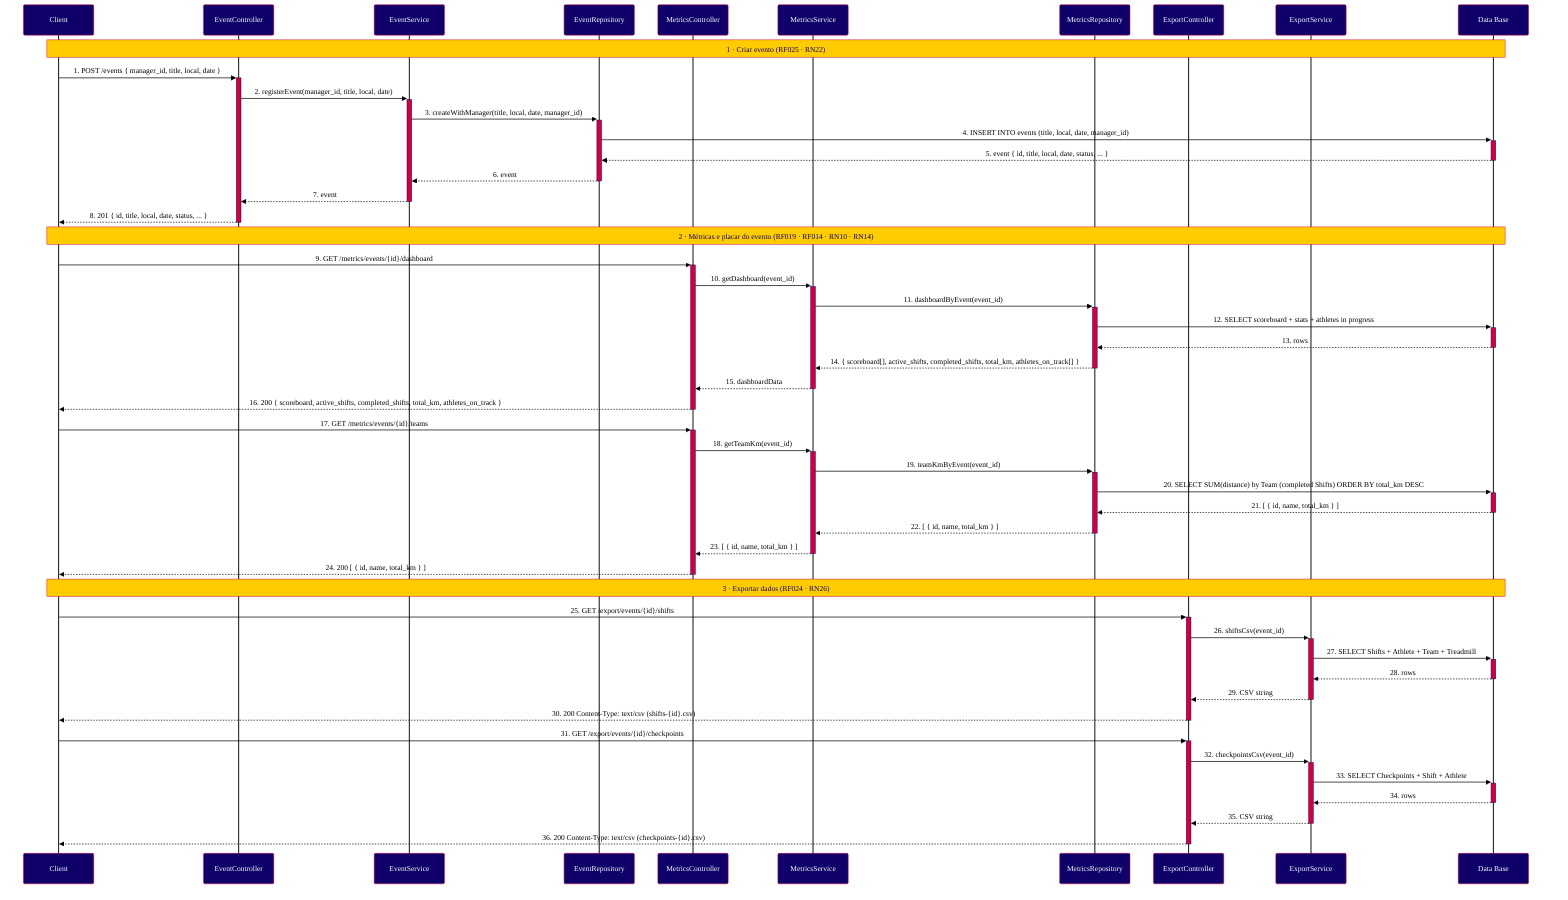
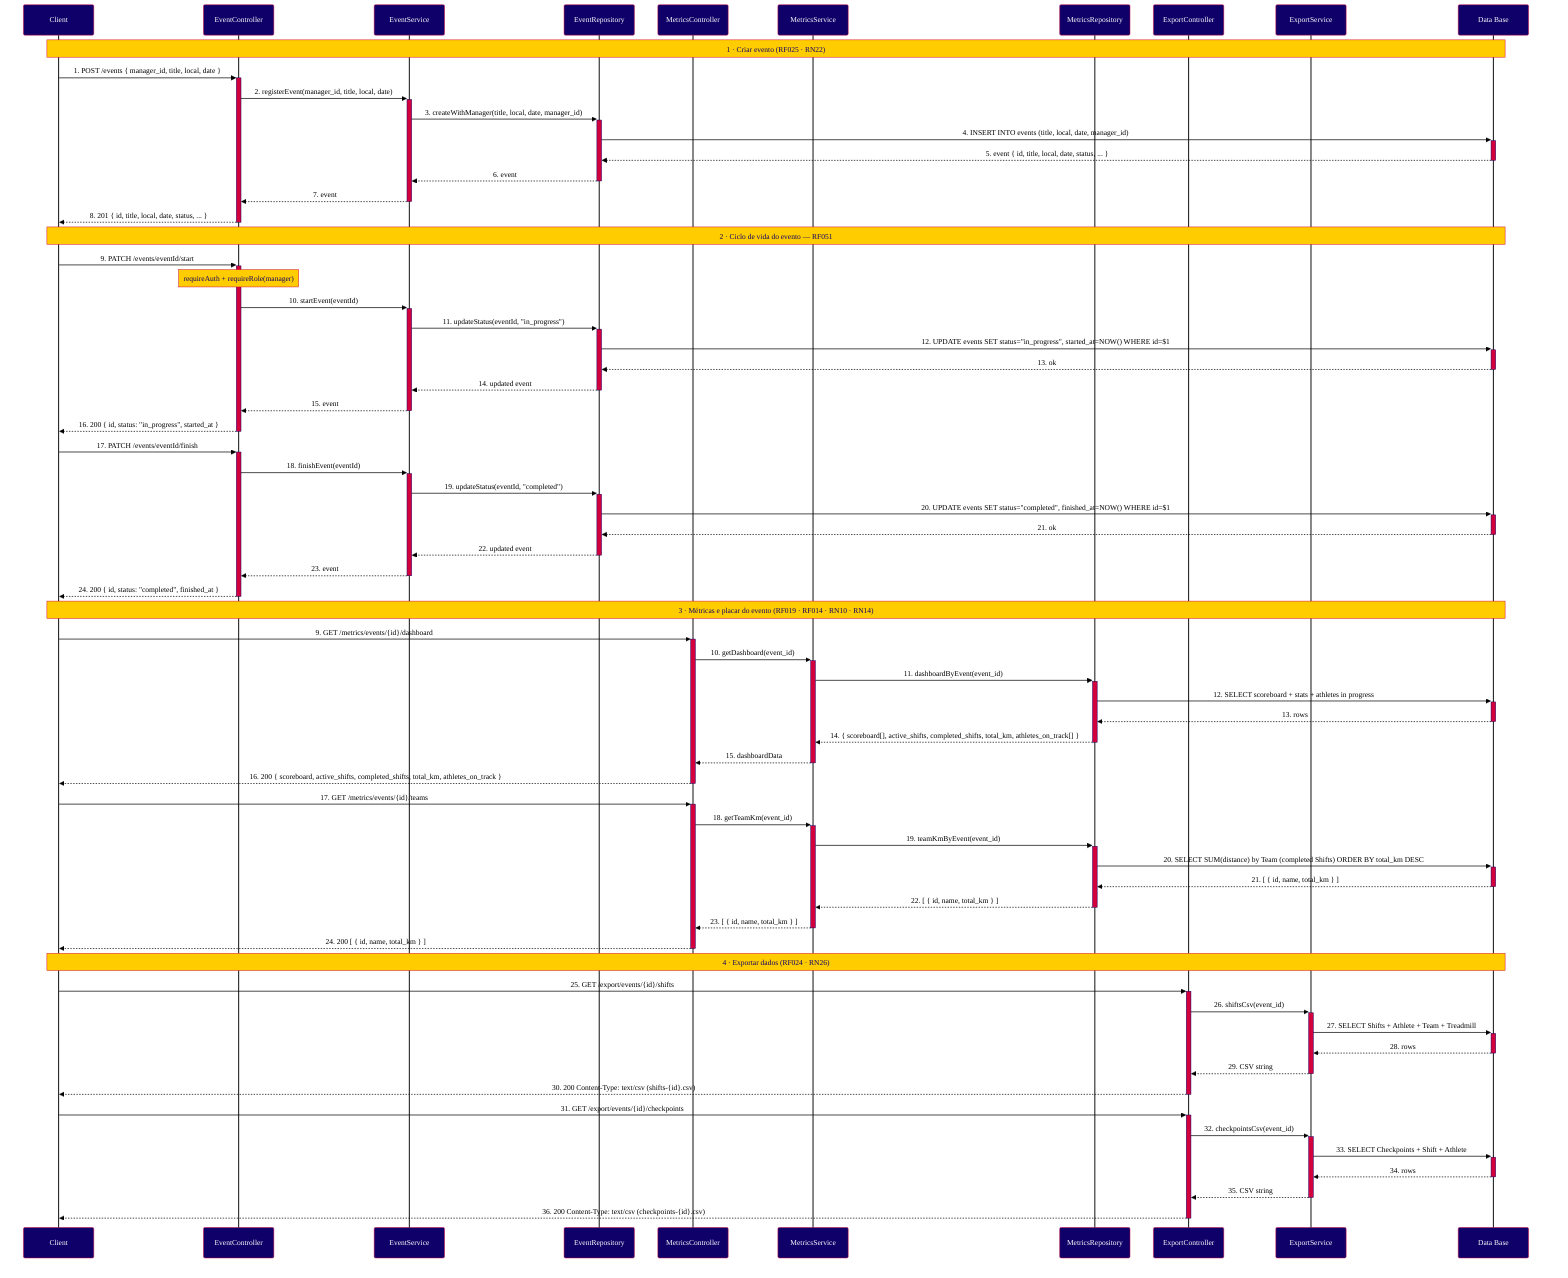

%%{init: {
  "theme": "base",
  "background": "#ffffff",
  "themeVariables": {
    "primaryColor": "#0F0069",
    "primaryTextColor": "#FFFFFF",
    "primaryBorderColor": "#D2003C",
    "secondaryColor": "#D2003C",
    "secondaryTextColor": "#FFFFFF",
    "secondaryBorderColor": "#D2003C",
    "tertiaryColor": "#E8E8F5",
    "tertiaryTextColor": "#0F0069",
    "tertiaryBorderColor": "#0F0069",
    "noteBkgColor": "#FFCC00",
    "noteTextColor": "#0F0069",
    "noteBorderColor": "#D2003C",
    "activationBkgColor": "#D2003C",
    "activationBorderColor": "#0F0069",
    "actorBkg": "#0F0069",
    "actorTextColor": "#FFFFFF",
    "actorBorderColor": "#D2003C",
    "actorLineColor": "#000000",
    "signalColor": "#000000",
    "signalTextColor": "#000000",
    "labelBoxBkgColor": "#E8E8F5",
    "labelBoxBorderColor": "#0F0069",
    "labelTextColor": "#0F0069",
    "loopTextColor": "#0F0069",
    "fontFamily": "Arial, sans-serif",
    "fontSize": "14px",
    "background": "#FFFFFF"
  }
}}%%
sequenceDiagram
    participant C as Client
    participant CT as EventController
    participant ES as EventService
    participant ER as EventRepository
    participant MC as MetricsController
    participant MS as MetricsService
    participant MR as MetricsRepository
    participant ExC as ExportController
    participant ExS as ExportService
    participant DB as Data Base

    Note over C,DB: 1 · Criar evento (RF025 · RN22)

    C->>+CT: 1. POST /events { manager_id, title, local, date }
    CT->>+ES: 2. registerEvent(manager_id, title, local, date)
    ES->>+ER: 3. createWithManager(title, local, date, manager_id)
    ER->>+DB: 4. INSERT INTO events (title, local, date, manager_id)
    DB-->>-ER: 5. event { id, title, local, date, status, ... }
    ER-->>-ES: 6. event
    ES-->>-CT: 7. event
    CT-->>-C: 8. 201 { id, title, local, date, status, ... }

-     Note over C,DB: 2 · Métricas e placar do evento (RF019 · RF014 · RN10 · RN14)
+     Note over C,DB: 2 · Ciclo de vida do evento — RF051
+ 
+     C->>+CT: 9. PATCH /events/eventId/start
+     Note over CT: requireAuth + requireRole(manager)
+     CT->>+ES: 10. startEvent(eventId)
+     ES->>+ER: 11. updateStatus(eventId, "in_progress")
+     ER->>+DB: 12. UPDATE events SET status="in_progress", started_at=NOW() WHERE id=$1
+     DB-->>-ER: 13. ok
+     ER-->>-ES: 14. updated event
+     ES-->>-CT: 15. event
+     CT-->>-C: 16. 200 { id, status: "in_progress", started_at }
+ 
+     C->>+CT: 17. PATCH /events/eventId/finish
+     CT->>+ES: 18. finishEvent(eventId)
+     ES->>+ER: 19. updateStatus(eventId, "completed")
+     ER->>+DB: 20. UPDATE events SET status="completed", finished_at=NOW() WHERE id=$1
+     DB-->>-ER: 21. ok
+     ER-->>-ES: 22. updated event
+     ES-->>-CT: 23. event
+     CT-->>-C: 24. 200 { id, status: "completed", finished_at }
+ 
+     Note over C,DB: 3 · Métricas e placar do evento (RF019 · RF014 · RN10 · RN14)

    C->>+MC: 9. GET /metrics/events/{id}/dashboard
    MC->>+MS: 10. getDashboard(event_id)
    MS->>+MR: 11. dashboardByEvent(event_id)
    MR->>+DB: 12. SELECT scoreboard + stats + athletes in progress
    DB-->>-MR: 13. rows
    MR-->>-MS: 14. { scoreboard[], active_shifts, completed_shifts, total_km, athletes_on_track[] }
    MS-->>-MC: 15. dashboardData
    MC-->>-C: 16. 200 { scoreboard, active_shifts, completed_shifts, total_km, athletes_on_track }

    C->>+MC: 17. GET /metrics/events/{id}/teams
    MC->>+MS: 18. getTeamKm(event_id)
    MS->>+MR: 19. teamKmByEvent(event_id)
    MR->>+DB: 20. SELECT SUM(distance) by Team (completed Shifts) ORDER BY total_km DESC
    DB-->>-MR: 21. [ { id, name, total_km } ]
    MR-->>-MS: 22. [ { id, name, total_km } ]
    MS-->>-MC: 23. [ { id, name, total_km } ]
    MC-->>-C: 24. 200 [ { id, name, total_km } ]

-     Note over C,DB: 3 · Exportar dados (RF024 · RN26)
+     Note over C,DB: 4 · Exportar dados (RF024 · RN26)

    C->>+ExC: 25. GET /export/events/{id}/shifts
    ExC->>+ExS: 26. shiftsCsv(event_id)
    ExS->>+DB: 27. SELECT Shifts + Athlete + Team + Treadmill
    DB-->>-ExS: 28. rows
    ExS-->>-ExC: 29. CSV string
    ExC-->>-C: 30. 200 Content-Type: text/csv (shifts-{id}.csv)

    C->>+ExC: 31. GET /export/events/{id}/checkpoints
    ExC->>+ExS: 32. checkpointsCsv(event_id)
    ExS->>+DB: 33. SELECT Checkpoints + Shift + Athlete
    DB-->>-ExS: 34. rows
    ExS-->>-ExC: 35. CSV string
    ExC-->>-C: 36. 200 Content-Type: text/csv (checkpoints-{id}.csv)
